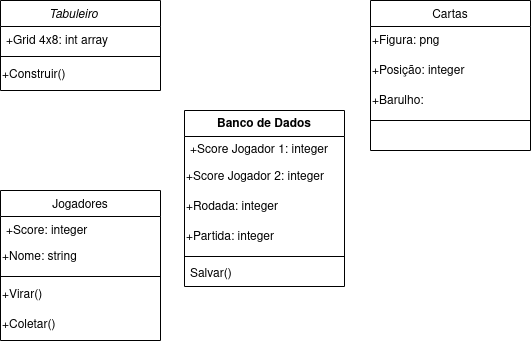
Above: Diagrama de Classes.drawio.png in FelipeRibeirooo/Entrega-03-OO-UML (draw.io), before the change. Source tidied: cells renumbered, new cells last; positions are measured from the earlier drawing's top-left corner, leaving out a move shared by most shapes.
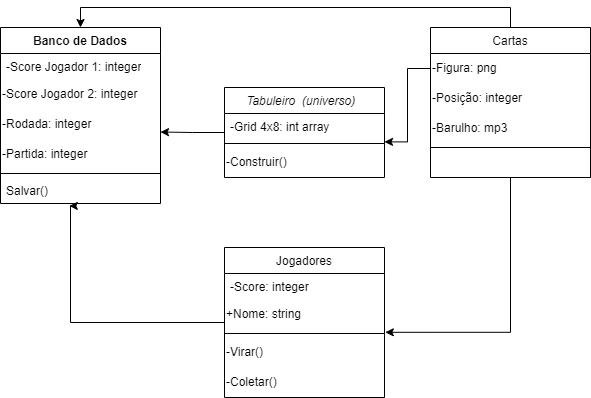
Later version of the same file.

The edit, as a diff of the source:
```diff
@@ -2,22 +2,25 @@
   <root>
     <mxCell id="0" />
     <mxCell id="1" parent="0" />
+    <mxCell id="24" style="edgeStyle=orthogonalEdgeStyle;rounded=0;jettySize=auto;html=1;entryX=1;entryY=0.75;entryDx=0;entryDy=0;" parent="1" edge="1" source="2" target="20">
+      <mxGeometry relative="1" as="geometry" />
+    </mxCell>
-    <mxCell id="2" value="Tabuleiro    " style="swimlane;fontStyle=2;align=center;verticalAlign=top;horizontal=1;startSize=26;rounded=0;shadow=0;strokeWidth=1;" parent="1" vertex="1">
-      <mxGeometry width="160" height="90" as="geometry" />
+    <mxCell id="2" value="Tabuleiro  (universo)  " style="swimlane;fontStyle=2;align=center;verticalAlign=top;horizontal=1;startSize=26;rounded=0;shadow=0;strokeWidth=1;" parent="1" vertex="1">
+      <mxGeometry x="184" y="60" width="160" height="90" as="geometry" />
     </mxCell>
-    <mxCell id="3" value="+Grid 4x8: int array" style="text;align=left;verticalAlign=top;spacingLeft=4;spacingRight=4;overflow=hidden;" parent="2" vertex="1">
+    <mxCell id="3" value="-Grid 4x8: int array" style="text;align=left;verticalAlign=top;spacingLeft=4;spacingRight=4;overflow=hidden;" parent="2" vertex="1">
       <mxGeometry y="26" width="160" height="26" as="geometry" />
     </mxCell>
     <mxCell id="4" style="line;html=1;strokeWidth=1;align=left;verticalAlign=middle;spacingTop=-1;spacingLeft=3;spacingRight=3;labelPosition=right;" parent="2" vertex="1">
       <mxGeometry y="52" width="160" height="8" as="geometry" />
     </mxCell>
-    <mxCell id="5" value="&lt;div align=&quot;left&quot;&gt;+Construir()&lt;/div&gt;" style="text;html=1;align=left;verticalAlign=middle;points=[];strokeColor=none;fillColor=none;" parent="2" vertex="1">
+    <mxCell id="5" value="&lt;div align=&quot;left&quot;&gt;-Construir()&lt;/div&gt;" style="text;html=1;align=left;verticalAlign=middle;points=[];strokeColor=none;fillColor=none;" parent="2" vertex="1">
       <mxGeometry y="60" width="160" height="30" as="geometry" />
     </mxCell>
     <mxCell id="6" value="Jogadores" style="swimlane;fontStyle=0;align=center;verticalAlign=top;horizontal=1;startSize=26;rounded=0;shadow=0;strokeWidth=1;" parent="1" vertex="1">
-      <mxGeometry y="190" width="160" height="150" as="geometry" />
+      <mxGeometry x="184" y="220" width="160" height="150" as="geometry" />
     </mxCell>
-    <mxCell id="7" value="+Score: integer" style="text;align=left;verticalAlign=top;spacingLeft=4;spacingRight=4;overflow=hidden;" parent="6" vertex="1">
+    <mxCell id="7" value="-Score: integer" style="text;align=left;verticalAlign=top;spacingLeft=4;spacingRight=4;overflow=hidden;" parent="6" vertex="1">
       <mxGeometry y="26" width="160" height="26" as="geometry" />
     </mxCell>
     <mxCell id="8" value="&lt;div align=&quot;left&quot;&gt;+Nome: string &lt;br&gt;&lt;/div&gt;" style="text;html=1;strokeColor=none;fillColor=none;align=left;verticalAlign=middle;whiteSpace=wrap;rounded=0;" parent="6" vertex="1">
@@ -26,40 +29,48 @@
     <mxCell id="9" style="line;html=1;strokeWidth=1;align=left;verticalAlign=middle;spacingTop=-1;spacingLeft=3;spacingRight=3;labelPosition=right;" parent="6" vertex="1">
       <mxGeometry y="82" width="160" height="8" as="geometry" />
     </mxCell>
-    <mxCell id="10" value="+Virar()" style="text;html=1;align=left;verticalAlign=middle;points=[];strokeColor=none;fillColor=none;" parent="6" vertex="1">
+    <mxCell id="10" value="-Virar()" style="text;html=1;align=left;verticalAlign=middle;points=[];strokeColor=none;fillColor=none;" parent="6" vertex="1">
       <mxGeometry y="90" width="160" height="30" as="geometry" />
     </mxCell>
-    <mxCell id="11" value="+Coletar()" style="text;html=1;align=left;verticalAlign=middle;strokeColor=none;fillColor=none;" parent="6" vertex="1">
+    <mxCell id="11" value="-Coletar()" style="text;html=1;align=left;verticalAlign=middle;strokeColor=none;fillColor=none;" parent="6" vertex="1">
       <mxGeometry y="120" width="160" height="30" as="geometry" />
     </mxCell>
+    <mxCell id="25" style="edgeStyle=orthogonalEdgeStyle;rounded=0;jettySize=auto;html=1;entryX=0.5;entryY=0;entryDx=0;entryDy=0;" parent="1" edge="1" source="12" target="17">
+      <mxGeometry relative="1" as="geometry">
+        <Array as="points">
+          <mxPoint x="470" y="-20" />
+          <mxPoint x="40" y="-20" />
+        </Array>
+      </mxGeometry>
+    </mxCell>
     <mxCell id="12" value="Cartas" style="swimlane;fontStyle=0;align=center;verticalAlign=top;horizontal=1;startSize=26;rounded=0;shadow=0;strokeWidth=1;" parent="1" vertex="1">
-      <mxGeometry x="370" width="160" height="150" as="geometry" />
+      <mxGeometry x="390" width="160" height="150" as="geometry" />
     </mxCell>
-    <mxCell id="13" value="&lt;div align=&quot;left&quot;&gt;+Figura: png&lt;br&gt;&lt;/div&gt;" style="text;html=1;strokeColor=none;fillColor=none;align=left;verticalAlign=middle;whiteSpace=wrap;rounded=0;" parent="12" vertex="1">
+    <mxCell id="13" value="&lt;div align=&quot;left&quot;&gt;-Figura: png&lt;br&gt;&lt;/div&gt;" style="text;html=1;strokeColor=none;fillColor=none;align=left;verticalAlign=middle;whiteSpace=wrap;rounded=0;" parent="12" vertex="1">
       <mxGeometry y="26" width="160" height="30" as="geometry" />
     </mxCell>
-    <mxCell id="14" value="&lt;div align=&quot;left&quot;&gt;+Posição: integer&lt;br&gt;&lt;/div&gt;" style="text;html=1;strokeColor=none;fillColor=none;align=left;verticalAlign=middle;whiteSpace=wrap;rounded=0;" parent="12" vertex="1">
+    <mxCell id="14" value="&lt;div align=&quot;left&quot;&gt;-Posição: integer&lt;br&gt;&lt;/div&gt;" style="text;html=1;strokeColor=none;fillColor=none;align=left;verticalAlign=middle;whiteSpace=wrap;rounded=0;" parent="12" vertex="1">
       <mxGeometry y="56" width="160" height="30" as="geometry" />
     </mxCell>
-    <mxCell id="15" value="&lt;div align=&quot;left&quot;&gt;+Barulho: &lt;br&gt;&lt;/div&gt;" style="text;html=1;strokeColor=none;fillColor=none;align=left;verticalAlign=middle;whiteSpace=wrap;rounded=0;" parent="12" vertex="1">
+    <mxCell id="15" value="&lt;div align=&quot;left&quot;&gt;-Barulho: mp3&lt;br&gt;&lt;/div&gt;" style="text;html=1;strokeColor=none;fillColor=none;align=left;verticalAlign=middle;whiteSpace=wrap;rounded=0;" parent="12" vertex="1">
       <mxGeometry y="86" width="160" height="30" as="geometry" />
     </mxCell>
     <mxCell id="16" style="line;html=1;strokeWidth=1;align=left;verticalAlign=middle;spacingTop=-1;spacingLeft=3;spacingRight=3;labelPosition=right;" parent="12" vertex="1">
       <mxGeometry y="116" width="160" height="8" as="geometry" />
     </mxCell>
     <mxCell id="17" value="Banco de Dados" style="swimlane;fontStyle=1;align=center;verticalAlign=top;horizontal=1;startSize=26;whiteSpace=wrap;html=1;" parent="1" vertex="1">
-      <mxGeometry x="184" y="110" width="160" height="176" as="geometry" />
+      <mxGeometry x="-40" width="160" height="176" as="geometry" />
     </mxCell>
-    <mxCell id="18" value="&lt;div&gt;+Score Jogador 1: integer &lt;br&gt;&lt;/div&gt;" style="text;strokeColor=none;fillColor=none;align=left;verticalAlign=top;spacingLeft=4;spacingRight=4;overflow=hidden;whiteSpace=wrap;html=1;" parent="17" vertex="1">
+    <mxCell id="18" value="&lt;div&gt;-Score Jogador 1: integer &lt;br&gt;&lt;/div&gt;" style="text;strokeColor=none;fillColor=none;align=left;verticalAlign=top;spacingLeft=4;spacingRight=4;overflow=hidden;whiteSpace=wrap;html=1;" parent="17" vertex="1">
       <mxGeometry y="26" width="160" height="26" as="geometry" />
     </mxCell>
-    <mxCell id="19" value="&lt;div align=&quot;left&quot;&gt;+Score Jogador 2: integer&lt;br&gt;&lt;/div&gt;" style="text;html=1;strokeColor=none;fillColor=none;align=left;verticalAlign=middle;whiteSpace=wrap;rounded=0;" parent="17" vertex="1">
+    <mxCell id="19" value="&lt;div align=&quot;left&quot;&gt;-Score Jogador 2: integer&lt;br&gt;&lt;/div&gt;" style="text;html=1;strokeColor=none;fillColor=none;align=left;verticalAlign=middle;whiteSpace=wrap;rounded=0;" parent="17" vertex="1">
       <mxGeometry y="52" width="160" height="30" as="geometry" />
     </mxCell>
-    <mxCell id="20" value="+Rodada: integer" style="text;html=1;strokeColor=none;fillColor=none;align=left;verticalAlign=middle;whiteSpace=wrap;rounded=0;" parent="17" vertex="1">
+    <mxCell id="20" value="-Rodada: integer" style="text;html=1;strokeColor=none;fillColor=none;align=left;verticalAlign=middle;whiteSpace=wrap;rounded=0;" parent="17" vertex="1">
       <mxGeometry y="82" width="160" height="30" as="geometry" />
     </mxCell>
-    <mxCell id="21" value="&lt;div align=&quot;left&quot;&gt;+Partida: integer&lt;br&gt;&lt;/div&gt;" style="text;html=1;strokeColor=none;fillColor=none;align=left;verticalAlign=middle;whiteSpace=wrap;rounded=0;" parent="17" vertex="1">
+    <mxCell id="21" value="&lt;div align=&quot;left&quot;&gt;-Partida: integer&lt;br&gt;&lt;/div&gt;" style="text;html=1;strokeColor=none;fillColor=none;align=left;verticalAlign=middle;whiteSpace=wrap;rounded=0;" parent="17" vertex="1">
       <mxGeometry y="112" width="160" height="30" as="geometry" />
     </mxCell>
     <mxCell id="22" style="line;strokeWidth=1;fillColor=none;align=left;verticalAlign=middle;spacingTop=-1;spacingLeft=3;spacingRight=3;labelPosition=right;strokeColor=inherit;" parent="17" vertex="1">
@@ -68,5 +79,23 @@
     <mxCell id="23" value="Salvar()" style="text;strokeColor=none;fillColor=none;align=left;verticalAlign=top;spacingLeft=4;spacingRight=4;overflow=hidden;points=[[0,0.5],[1,0.5]];portConstraint=eastwest;whiteSpace=wrap;html=1;" parent="17" vertex="1">
       <mxGeometry y="150" width="160" height="26" as="geometry" />
     </mxCell>
+    <mxCell id="26" style="edgeStyle=orthogonalEdgeStyle;rounded=0;jettySize=auto;html=1;entryX=0.43;entryY=1.092;entryDx=0;entryDy=0;entryPerimeter=0;" parent="1" edge="1" source="6" target="23">
+      <mxGeometry relative="1" as="geometry">
+        <Array as="points">
+          <mxPoint x="30" y="295" />
+          <mxPoint x="30" y="178" />
+        </Array>
+      </mxGeometry>
+    </mxCell>
+    <mxCell id="27" style="edgeStyle=orthogonalEdgeStyle;rounded=0;jettySize=auto;html=1;entryX=1;entryY=-0.187;entryDx=0;entryDy=0;entryPerimeter=0;" parent="1" edge="1" source="13" target="5">
+      <mxGeometry relative="1" as="geometry" />
+    </mxCell>
+    <mxCell id="28" style="edgeStyle=orthogonalEdgeStyle;rounded=0;jettySize=auto;html=1;entryX=1.005;entryY=-0.173;entryDx=0;entryDy=0;entryPerimeter=0;" parent="1" edge="1" source="12" target="10">
+      <mxGeometry relative="1" as="geometry">
+        <Array as="points">
+          <mxPoint x="470" y="305" />
+        </Array>
+      </mxGeometry>
+    </mxCell>
   </root>
 </mxGraphModel>
```
